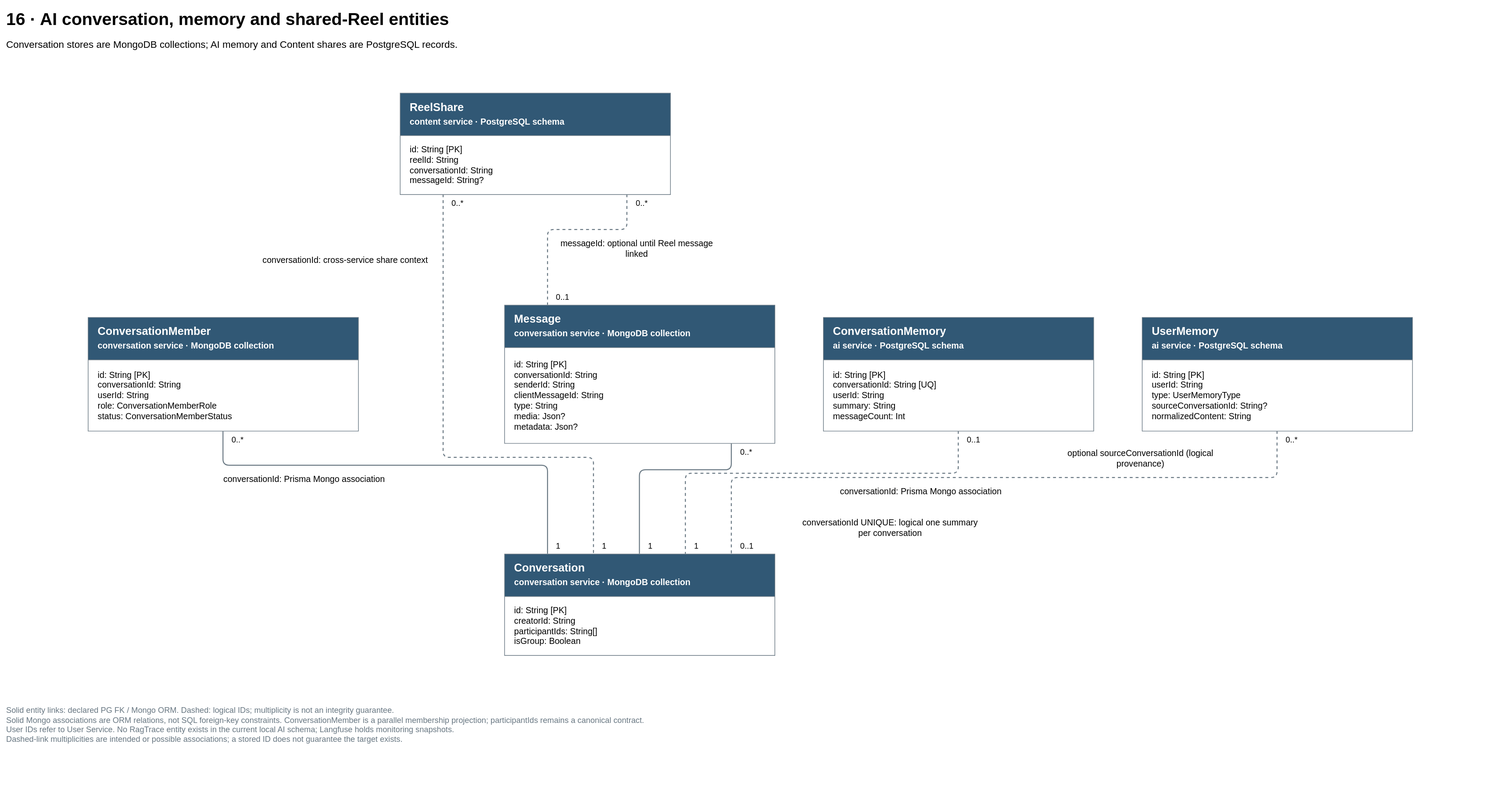
This is docs/diagrams/velora-current/importable-svg/16-ai-conversation.drawio.svg from HieuCuteDangYeu/velora-backend, a draw.io export, as it was before one commit. Source tidied: cells renumbered, new cells last; positions are measured from the earlier drawing's top-left corner, leaving out a move shared by most shapes.
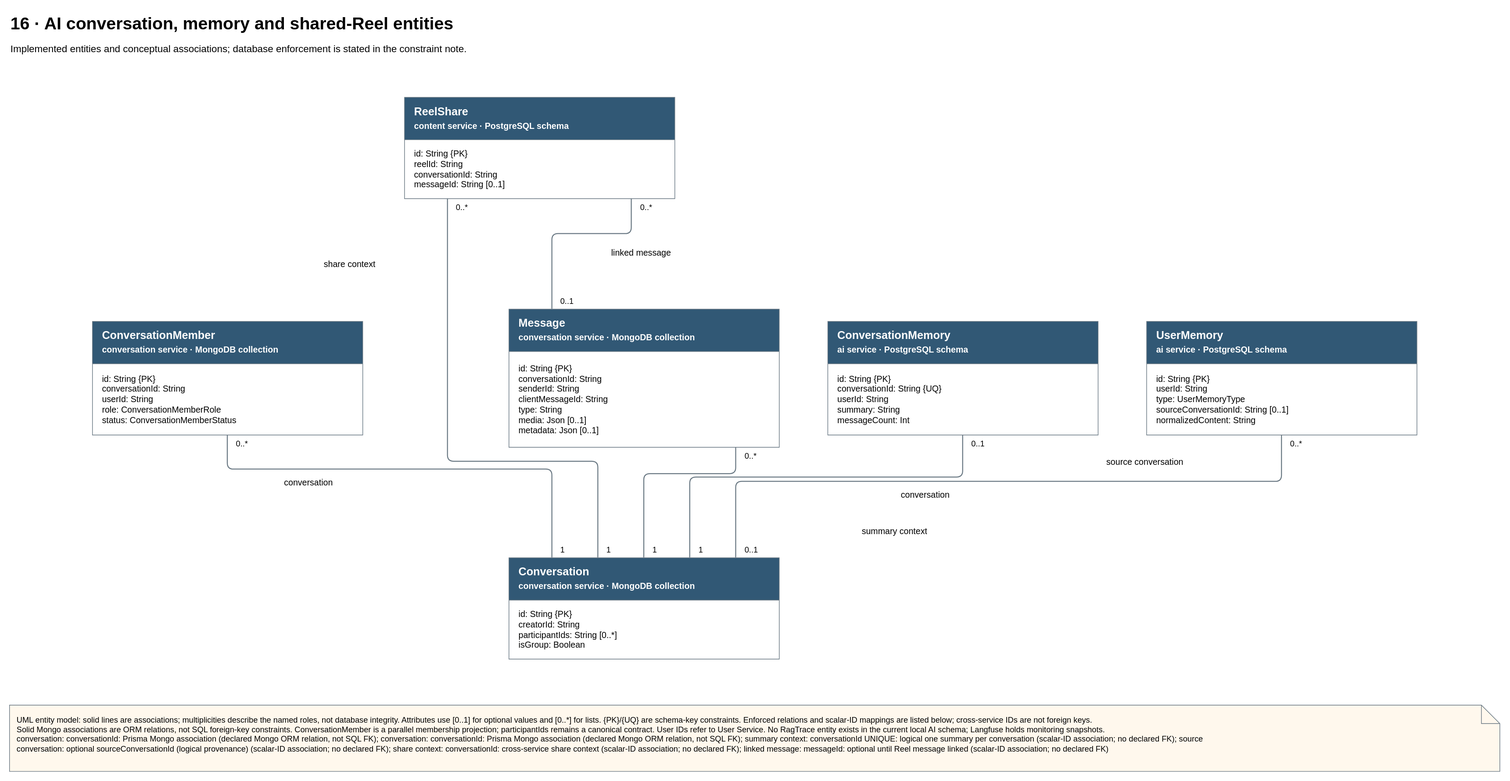
The same diagram one commit later.

Diff of the diagram source:
```diff
@@ -12,3 +12,3 @@
     </mxCell>
-    <mxCell id="3" value="conversationId: Prisma Mongo association" style="text;html=1;whiteSpace=wrap;overflow=hidden;fontFamily=Arial;fontSize=14;align=center;verticalAlign=middle;fillColor=#ffffff;spacing=0;fontFamily=Arial;" parent="1" vertex="1">
+    <mxCell id="3" value="conversation" style="text;html=1;whiteSpace=wrap;overflow=hidden;fontFamily=Arial;fontSize=14;align=center;verticalAlign=middle;fillColor=#ffffff;spacing=0;fontFamily=Arial;" parent="1" vertex="1">
       <mxGeometry x="1342.5" y="774.5" width="295.5" height="32" as="geometry" />
@@ -29,3 +29,3 @@
     </mxCell>
-    <mxCell id="7" value="conversationId: Prisma Mongo association" style="text;html=1;whiteSpace=wrap;overflow=hidden;fontFamily=Arial;fontSize=14;align=center;verticalAlign=middle;fillColor=#ffffff;spacing=0;fontFamily=Arial;" parent="1" vertex="1">
+    <mxCell id="7" value="conversation" style="text;html=1;whiteSpace=wrap;overflow=hidden;fontFamily=Arial;fontSize=14;align=center;verticalAlign=middle;fillColor=#ffffff;spacing=0;fontFamily=Arial;" parent="1" vertex="1">
       <mxGeometry x="339.3" y="755" width="295.5" height="32" as="geometry" />
@@ -38,3 +38,3 @@
     </mxCell>
-    <mxCell id="10" style="edgeStyle=none;noEdgeStyle=1;html=1;strokeColor=#687782;strokeWidth=1.6;jumpStyle=arc;jumpSize=12;exitPerimeter=0;entryPerimeter=0;exitX=0.5;exitY=1.0;entryX=0.6699999999999999;entryY=0.0;endArrow=none;dashed=1;fontFamily=Arial;" parent="1" edge="1" source="32" target="26">
+    <mxCell id="10" style="edgeStyle=none;noEdgeStyle=1;html=1;strokeColor=#687782;strokeWidth=1.6;jumpStyle=arc;jumpSize=12;exitPerimeter=0;entryPerimeter=0;exitX=0.5;exitY=1.0;entryX=0.6699999999999999;entryY=0.0;endArrow=none;fontFamily=Arial;" parent="1" edge="1" source="32" target="26">
       <mxGeometry relative="1" as="geometry">
@@ -46,3 +46,3 @@
     </mxCell>
-    <mxCell id="11" value="conversationId UNIQUE: logical one summary&lt;br&gt;per conversation" style="text;html=1;whiteSpace=wrap;overflow=hidden;fontFamily=Arial;fontSize=14;align=center;verticalAlign=middle;fillColor=#ffffff;spacing=0;fontFamily=Arial;" parent="1" vertex="1">
+    <mxCell id="11" value="summary context" style="text;html=1;whiteSpace=wrap;overflow=hidden;fontFamily=Arial;fontSize=14;align=center;verticalAlign=middle;fillColor=#ffffff;spacing=0;fontFamily=Arial;" parent="1" vertex="1">
       <mxGeometry x="1282.2" y="824" width="317.6" height="52" as="geometry" />
@@ -55,3 +55,3 @@
     </mxCell>
-    <mxCell id="14" style="edgeStyle=none;noEdgeStyle=1;html=1;strokeColor=#687782;strokeWidth=1.6;jumpStyle=arc;jumpSize=12;exitPerimeter=0;entryPerimeter=0;exitX=0.4999999999999995;exitY=1.0;entryX=0.8399999999999997;entryY=0.0;endArrow=none;dashed=1;fontFamily=Arial;" parent="1" edge="1" source="34" target="26">
+    <mxCell id="14" style="edgeStyle=none;noEdgeStyle=1;html=1;strokeColor=#687782;strokeWidth=1.6;jumpStyle=arc;jumpSize=12;exitPerimeter=0;entryPerimeter=0;exitX=0.4999999999999995;exitY=1.0;entryX=0.8399999999999997;entryY=0.0;endArrow=none;fontFamily=Arial;" parent="1" edge="1" source="34" target="26">
       <mxGeometry relative="1" as="geometry">
@@ -63,3 +63,3 @@
     </mxCell>
-    <mxCell id="15" value="optional sourceConversationId (logical&lt;br&gt;provenance)" style="text;html=1;whiteSpace=wrap;overflow=hidden;fontFamily=Arial;fontSize=14;align=center;verticalAlign=middle;fillColor=#ffffff;spacing=0;fontFamily=Arial;" parent="1" vertex="1">
+    <mxCell id="15" value="source conversation" style="text;html=1;whiteSpace=wrap;overflow=hidden;fontFamily=Arial;fontSize=14;align=center;verticalAlign=middle;fillColor=#ffffff;spacing=0;fontFamily=Arial;" parent="1" vertex="1">
       <mxGeometry x="1712.5" y="711" width="272.8" height="52" as="geometry" />
@@ -72,3 +72,3 @@
     </mxCell>
-    <mxCell id="18" style="edgeStyle=none;noEdgeStyle=1;html=1;strokeColor=#687782;strokeWidth=1.6;jumpStyle=arc;jumpSize=12;exitPerimeter=0;entryPerimeter=0;exitX=0.15999999999999995;exitY=1.0;entryX=0.3300000000000001;entryY=0.0;endArrow=none;dashed=1;fontFamily=Arial;" parent="1" edge="1" source="36" target="26">
+    <mxCell id="18" style="edgeStyle=none;noEdgeStyle=1;html=1;strokeColor=#687782;strokeWidth=1.6;jumpStyle=arc;jumpSize=12;exitPerimeter=0;entryPerimeter=0;exitX=0.15999999999999995;exitY=1.0;entryX=0.3300000000000001;entryY=0.0;endArrow=none;fontFamily=Arial;" parent="1" edge="1" source="36" target="26">
       <mxGeometry relative="1" as="geometry">
@@ -80,3 +80,3 @@
     </mxCell>
-    <mxCell id="19" value="conversationId: cross-service share context" style="text;html=1;whiteSpace=wrap;overflow=hidden;fontFamily=Arial;fontSize=14;align=center;verticalAlign=middle;fillColor=#ffffff;spacing=0;fontFamily=Arial;" parent="1" vertex="1">
+    <mxCell id="19" value="share context" style="text;html=1;whiteSpace=wrap;overflow=hidden;fontFamily=Arial;fontSize=14;align=center;verticalAlign=middle;fillColor=#ffffff;spacing=0;fontFamily=Arial;" parent="1" vertex="1">
       <mxGeometry x="402.2" y="399.1" width="304.2" height="32" as="geometry" />
@@ -89,3 +89,3 @@
     </mxCell>
-    <mxCell id="22" style="edgeStyle=none;noEdgeStyle=1;html=1;strokeColor=#687782;strokeWidth=1.6;jumpStyle=arc;jumpSize=12;exitPerimeter=0;entryPerimeter=0;exitX=0.8400000000000001;exitY=1.0;entryX=0.15999999999999995;entryY=0.0;endArrow=none;dashed=1;fontFamily=Arial;" parent="1" edge="1" source="36" target="30">
+    <mxCell id="22" style="edgeStyle=none;noEdgeStyle=1;html=1;strokeColor=#687782;strokeWidth=1.6;jumpStyle=arc;jumpSize=12;exitPerimeter=0;entryPerimeter=0;exitX=0.8400000000000001;exitY=1.0;entryX=0.15999999999999995;entryY=0.0;endArrow=none;fontFamily=Arial;" parent="1" edge="1" source="36" target="30">
       <mxGeometry relative="1" as="geometry">
@@ -97,3 +97,3 @@
     </mxCell>
-    <mxCell id="23" value="messageId: optional until Reel message&lt;br&gt;linked" style="text;html=1;whiteSpace=wrap;overflow=hidden;fontFamily=Arial;fontSize=14;align=center;verticalAlign=middle;fillColor=#ffffff;spacing=0;fontFamily=Arial;" parent="1" vertex="1">
+    <mxCell id="23" value="linked message" style="text;html=1;whiteSpace=wrap;overflow=hidden;fontFamily=Arial;fontSize=14;align=center;verticalAlign=middle;fillColor=#ffffff;spacing=0;fontFamily=Arial;" parent="1" vertex="1">
       <mxGeometry x="890.4" y="370" width="277.3" height="52" as="geometry" />
@@ -109,3 +109,3 @@
     </mxCell>
-    <mxCell id="27" value="id: String [PK]&lt;br&gt;creatorId: String&lt;br&gt;participantIds: String[]&lt;br&gt;isGroup: Boolean" style="text;html=1;whiteSpace=wrap;overflow=hidden;fontFamily=Arial;fontSize=14;align=left;verticalAlign=middle;spacingLeft=14;spacingRight=14;strokeColor=none;fillColor=none;fontFamily=Arial;" parent="26" vertex="1">
+    <mxCell id="27" value="id: String {PK}&lt;br&gt;creatorId: String&lt;br&gt;participantIds: String [0..*]&lt;br&gt;isGroup: Boolean" style="text;html=1;whiteSpace=wrap;overflow=hidden;fontFamily=Arial;fontSize=14;align=left;verticalAlign=middle;spacingLeft=14;spacingRight=14;strokeColor=none;fillColor=none;fontFamily=Arial;" parent="26" vertex="1">
       <mxGeometry y="69" width="440" height="96" as="geometry" />
@@ -115,3 +115,3 @@
     </mxCell>
-    <mxCell id="29" value="id: String [PK]&lt;br&gt;conversationId: String&lt;br&gt;userId: String&lt;br&gt;role: ConversationMemberRole&lt;br&gt;status: ConversationMemberStatus" style="text;html=1;whiteSpace=wrap;overflow=hidden;fontFamily=Arial;fontSize=14;align=left;verticalAlign=middle;spacingLeft=14;spacingRight=14;strokeColor=none;fillColor=none;fontFamily=Arial;" parent="28" vertex="1">
+    <mxCell id="29" value="id: String {PK}&lt;br&gt;conversationId: String&lt;br&gt;userId: String&lt;br&gt;role: ConversationMemberRole&lt;br&gt;status: ConversationMemberStatus" style="text;html=1;whiteSpace=wrap;overflow=hidden;fontFamily=Arial;fontSize=14;align=left;verticalAlign=middle;spacingLeft=14;spacingRight=14;strokeColor=none;fillColor=none;fontFamily=Arial;" parent="28" vertex="1">
       <mxGeometry y="69" width="440" height="116" as="geometry" />
@@ -121,3 +121,3 @@
     </mxCell>
-    <mxCell id="31" value="id: String [PK]&lt;br&gt;conversationId: String&lt;br&gt;senderId: String&lt;br&gt;clientMessageId: String&lt;br&gt;type: String&lt;br&gt;media: Json?&lt;br&gt;metadata: Json?" style="text;html=1;whiteSpace=wrap;overflow=hidden;fontFamily=Arial;fontSize=14;align=left;verticalAlign=middle;spacingLeft=14;spacingRight=14;strokeColor=none;fillColor=none;fontFamily=Arial;" parent="30" vertex="1">
+    <mxCell id="31" value="id: String {PK}&lt;br&gt;conversationId: String&lt;br&gt;senderId: String&lt;br&gt;clientMessageId: String&lt;br&gt;type: String&lt;br&gt;media: Json [0..1]&lt;br&gt;metadata: Json [0..1]" style="text;html=1;whiteSpace=wrap;overflow=hidden;fontFamily=Arial;fontSize=14;align=left;verticalAlign=middle;spacingLeft=14;spacingRight=14;strokeColor=none;fillColor=none;fontFamily=Arial;" parent="30" vertex="1">
       <mxGeometry y="69" width="440" height="156" as="geometry" />
@@ -127,3 +127,3 @@
     </mxCell>
-    <mxCell id="33" value="id: String [PK]&lt;br&gt;conversationId: String [UQ]&lt;br&gt;userId: String&lt;br&gt;summary: String&lt;br&gt;messageCount: Int" style="text;html=1;whiteSpace=wrap;overflow=hidden;fontFamily=Arial;fontSize=14;align=left;verticalAlign=middle;spacingLeft=14;spacingRight=14;strokeColor=none;fillColor=none;fontFamily=Arial;" parent="32" vertex="1">
+    <mxCell id="33" value="id: String {PK}&lt;br&gt;conversationId: String {UQ}&lt;br&gt;userId: String&lt;br&gt;summary: String&lt;br&gt;messageCount: Int" style="text;html=1;whiteSpace=wrap;overflow=hidden;fontFamily=Arial;fontSize=14;align=left;verticalAlign=middle;spacingLeft=14;spacingRight=14;strokeColor=none;fillColor=none;fontFamily=Arial;" parent="32" vertex="1">
       <mxGeometry y="69" width="440" height="116" as="geometry" />
@@ -133,3 +133,3 @@
     </mxCell>
-    <mxCell id="35" value="id: String [PK]&lt;br&gt;userId: String&lt;br&gt;type: UserMemoryType&lt;br&gt;sourceConversationId: String?&lt;br&gt;normalizedContent: String" style="text;html=1;whiteSpace=wrap;overflow=hidden;fontFamily=Arial;fontSize=14;align=left;verticalAlign=middle;spacingLeft=14;spacingRight=14;strokeColor=none;fillColor=none;fontFamily=Arial;" parent="34" vertex="1">
+    <mxCell id="35" value="id: String {PK}&lt;br&gt;userId: String&lt;br&gt;type: UserMemoryType&lt;br&gt;sourceConversationId: String [0..1]&lt;br&gt;normalizedContent: String" style="text;html=1;whiteSpace=wrap;overflow=hidden;fontFamily=Arial;fontSize=14;align=left;verticalAlign=middle;spacingLeft=14;spacingRight=14;strokeColor=none;fillColor=none;fontFamily=Arial;" parent="34" vertex="1">
       <mxGeometry y="69" width="440" height="116" as="geometry" />
@@ -139,3 +139,3 @@
     </mxCell>
-    <mxCell id="37" value="id: String [PK]&lt;br&gt;reelId: String&lt;br&gt;conversationId: String&lt;br&gt;messageId: String?" style="text;html=1;whiteSpace=wrap;overflow=hidden;fontFamily=Arial;fontSize=14;align=left;verticalAlign=middle;spacingLeft=14;spacingRight=14;strokeColor=none;fillColor=none;fontFamily=Arial;" parent="36" vertex="1">
+    <mxCell id="37" value="id: String {PK}&lt;br&gt;reelId: String&lt;br&gt;conversationId: String&lt;br&gt;messageId: String [0..1]" style="text;html=1;whiteSpace=wrap;overflow=hidden;fontFamily=Arial;fontSize=14;align=left;verticalAlign=middle;spacingLeft=14;spacingRight=14;strokeColor=none;fillColor=none;fontFamily=Arial;" parent="36" vertex="1">
       <mxGeometry y="69" width="440" height="96" as="geometry" />
@@ -145,7 +145,7 @@
     </mxCell>
-    <mxCell id="39" value="Conversation stores are MongoDB collections; AI memory and Content shares are PostgreSQL records." style="text;html=1;whiteSpace=wrap;overflow=hidden;fontFamily=Arial;fontSize=16;align=left;fontFamily=Arial;" parent="1" vertex="1">
+    <mxCell id="39" value="Implemented entities and conceptual associations; database enforcement is stated in the constraint note." style="text;html=1;whiteSpace=wrap;overflow=hidden;fontFamily=Arial;fontSize=16;align=left;fontFamily=Arial;" parent="1" vertex="1">
       <mxGeometry y="48" width="2426" height="65" as="geometry" />
     </mxCell>
-    <mxCell id="40" value="Solid entity links: declared PG FK / Mongo ORM. Dashed: logical IDs; multiplicity is not an integrity guarantee.&lt;br&gt;Solid Mongo associations are ORM relations, not SQL foreign-key constraints. ConversationMember is a parallel membership projection; participantIds remains a canonical contract.&lt;br&gt;User IDs refer to User Service. No RagTrace entity exists in the current local AI schema; Langfuse holds monitoring snapshots.&lt;br&gt;Dashed-link multiplicities are intended or possible associations; a stored ID does not guarantee the target exists." style="text;html=1;whiteSpace=wrap;overflow=hidden;fontFamily=Arial;fontSize=13;align=left;verticalAlign=top;fontColor=#687782;fontFamily=Arial;" parent="1" vertex="1">
-      <mxGeometry y="1133" width="2426" height="135" as="geometry" />
+    <mxCell id="40" value="UML entity model: solid lines are associations; multiplicities describe the named roles, not database integrity. Attributes use [0..1] for optional values and [0..*] for lists. {PK}/{UQ} are schema-key constraints. Enforced relations and scalar-ID mappings are listed below; cross-service IDs are not foreign keys.&lt;br&gt;Solid Mongo associations are ORM relations, not SQL foreign-key constraints. ConversationMember is a parallel membership projection; participantIds remains a canonical contract. User IDs refer to User Service. No RagTrace entity exists in the current local AI schema; Langfuse holds monitoring snapshots.&lt;br&gt;conversation: conversationId: Prisma Mongo association (declared Mongo ORM relation, not SQL FK); conversation: conversationId: Prisma Mongo association (declared Mongo ORM relation, not SQL FK); summary context: conversationId UNIQUE: logical one summary per conversation (scalar-ID association; no declared FK); source&lt;br&gt;conversation: optional sourceConversationId (logical provenance) (scalar-ID association; no declared FK); share context: conversationId: cross-service share context (scalar-ID association; no declared FK); linked message: messageId: optional until Reel message linked (scalar-ID association; no declared FK)" style="shape=note;html=1;whiteSpace=wrap;overflow=hidden;fontFamily=Arial;fontSize=13;align=left;verticalAlign=top;spacing=12;fillColor=#fff8ed;strokeColor=#687782;" parent="1" vertex="1">
+      <mxGeometry y="1133" width="2426" height="108" as="geometry" />
     </mxCell>
```
